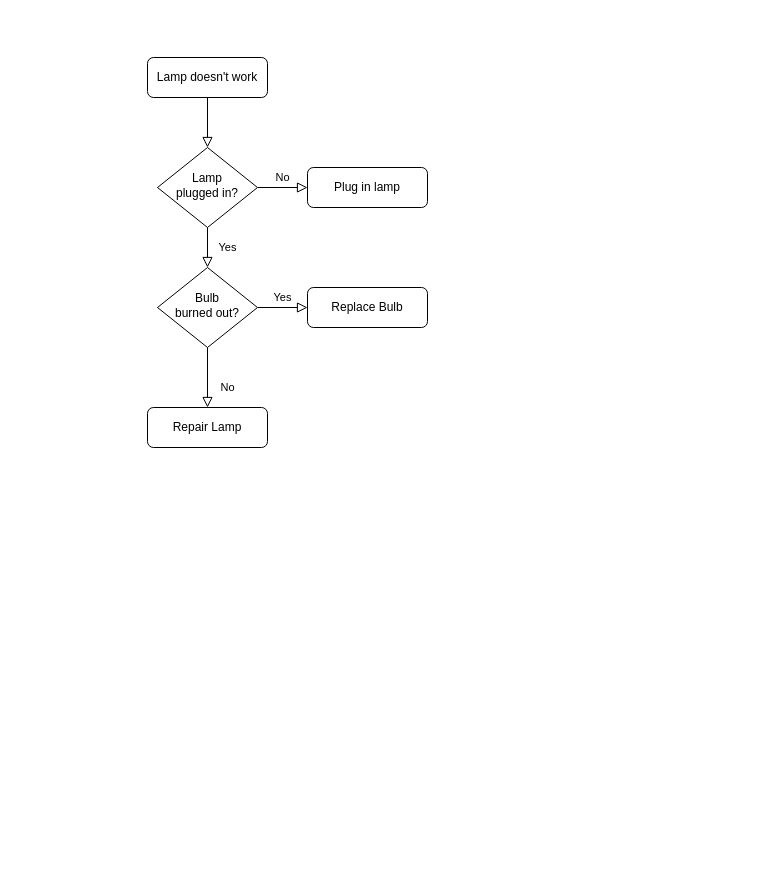
nicole088/2-LW_OOPC-C8T6 keeps this draw.io diagram as 未命名绘图.drawio. Above is the earlier version. Source tidied: cells renumbered, new cells numbered last; positions are measured from the earlier drawing's top-left corner, leaving out a move shared by most shapes. Both pictures are drawn from the tidied source at 100%, with x=0, y=0 at pixel (147, 57).
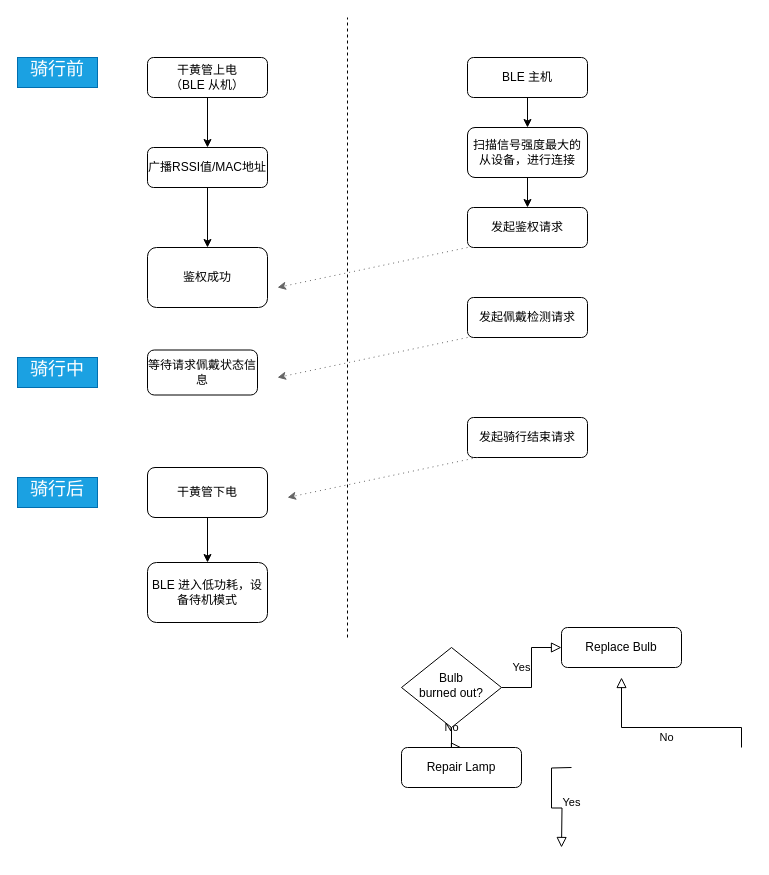
The same page after the edit.

Commit message (it also covers changes not shown here):
更新未命名绘图.drawio

The edit, as a diff of the source:
```diff
@@
-    <mxCell id="2" style="rounded=0;html=1;jettySize=auto;fontSize=11;endArrow=block;endFill=0;endSize=8;strokeWidth=1;shadow=0;labelBackgroundColor=none;edgeStyle=orthogonalEdgeStyle;" parent="1" edge="1" source="3" target="6">
-      <mxGeometry relative="1" as="geometry" />
-    </mxCell>
+    <mxCell id="13" style="edgeStyle=orthogonalEdgeStyle;rounded=0;jettySize=auto;html=1;" parent="1" edge="1" source="3" target="15">
+      <mxGeometry relative="1" as="geometry" />
+    </mxCell>
-    <mxCell id="3" value="Lamp doesn't work" style="rounded=1;whiteSpace=wrap;html=1;fontSize=12;glass=0;strokeWidth=1;shadow=0;" parent="1" vertex="1">
+    <mxCell id="3" value="干黄管上电&lt;br&gt;（BLE 从机）" style="rounded=1;whiteSpace=wrap;html=1;fontSize=12;glass=0;strokeWidth=1;shadow=0;" parent="1" vertex="1">
       <mxGeometry width="120" height="40" as="geometry" />
     </mxCell>
-    <mxCell id="4" value="Yes" style="rounded=0;html=1;jettySize=auto;fontSize=11;endArrow=block;endFill=0;endSize=8;strokeWidth=1;shadow=0;labelBackgroundColor=none;edgeStyle=orthogonalEdgeStyle;" parent="1" edge="1" source="6" target="10">
-      <mxGeometry y="20" relative="1" as="geometry" />
+    <mxCell id="4" value="Yes" style="rounded=0;html=1;jettySize=auto;orthogonalLoop=1;fontSize=11;endArrow=block;endFill=0;endSize=8;strokeWidth=1;shadow=0;labelBackgroundColor=none;edgeStyle=orthogonalEdgeStyle;" parent="1" edge="1">
+      <mxGeometry y="20" relative="1" as="geometry">
+        <mxPoint x="424" y="710" as="sourcePoint" />
+        <mxPoint x="414" y="790" as="targetPoint" />
+      </mxGeometry>
     </mxCell>
-    <mxCell id="5" value="No" style="edgeStyle=orthogonalEdgeStyle;rounded=0;html=1;jettySize=auto;fontSize=11;endArrow=block;endFill=0;endSize=8;strokeWidth=1;shadow=0;labelBackgroundColor=none;" parent="1" edge="1" source="6" target="7">
-      <mxGeometry y="10" relative="1" as="geometry" />
+    <mxCell id="5" value="No" style="edgeStyle=orthogonalEdgeStyle;rounded=0;html=1;jettySize=auto;orthogonalLoop=1;fontSize=11;endArrow=block;endFill=0;endSize=8;strokeWidth=1;shadow=0;labelBackgroundColor=none;" parent="1" edge="1">
+      <mxGeometry y="10" relative="1" as="geometry">
+        <mxPoint x="594" y="690" as="sourcePoint" />
+        <mxPoint x="474" y="620" as="targetPoint" />
+        <Array as="points">
+          <mxPoint x="594" y="670" />
+          <mxPoint x="474" y="670" />
+        </Array>
+      </mxGeometry>
     </mxCell>
-    <mxCell id="6" value="Lamp&lt;br&gt;plugged in?" style="rhombus;whiteSpace=wrap;html=1;shadow=0;fontFamily=Helvetica;fontSize=12;align=center;strokeWidth=1;spacing=6;spacingTop=-4;" parent="1" vertex="1">
-      <mxGeometry x="10" y="90" width="100" height="80" as="geometry" />
-    </mxCell>
-    <mxCell id="7" value="Plug in lamp" style="rounded=1;whiteSpace=wrap;html=1;fontSize=12;glass=0;strokeWidth=1;shadow=0;" parent="1" vertex="1">
-      <mxGeometry x="160" y="110" width="120" height="40" as="geometry" />
-    </mxCell>
+    <mxCell id="14" style="edgeStyle=orthogonalEdgeStyle;rounded=0;jettySize=auto;html=1;" parent="1" edge="1" source="15" target="23">
+      <mxGeometry relative="1" as="geometry" />
+    </mxCell>
+    <mxCell id="15" value="广播RSSI值/MAC地址" style="rounded=1;whiteSpace=wrap;html=1;fontSize=12;glass=0;strokeWidth=1;shadow=0;" parent="1" vertex="1">
+      <mxGeometry y="90" width="120" height="40" as="geometry" />
+    </mxCell>
@@
     <mxCell id="10" value="Bulb&lt;br&gt;burned out?" style="rhombus;whiteSpace=wrap;html=1;shadow=0;fontFamily=Helvetica;fontSize=12;align=center;strokeWidth=1;spacing=6;spacingTop=-4;" parent="1" vertex="1">
-      <mxGeometry x="10" y="210" width="100" height="80" as="geometry" />
+      <mxGeometry x="254" y="590" width="100" height="80" as="geometry" />
     </mxCell>
     <mxCell id="11" value="Repair Lamp" style="rounded=1;whiteSpace=wrap;html=1;fontSize=12;glass=0;strokeWidth=1;shadow=0;" parent="1" vertex="1">
-      <mxGeometry y="350" width="120" height="40" as="geometry" />
+      <mxGeometry x="254" y="690" width="120" height="40" as="geometry" />
     </mxCell>
     <mxCell id="12" value="Replace Bulb" style="rounded=1;whiteSpace=wrap;html=1;fontSize=12;glass=0;strokeWidth=1;shadow=0;" parent="1" vertex="1">
-      <mxGeometry x="160" y="230" width="120" height="40" as="geometry" />
+      <mxGeometry x="414" y="570" width="120" height="40" as="geometry" />
     </mxCell>
+    <mxCell id="16" value="&lt;h1 style=&quot;font-size: 18px;&quot;&gt;&lt;font style=&quot;font-weight: normal; font-size: 18px;&quot; color=&quot;#ffffff&quot;&gt;骑行前&lt;/font&gt;&lt;/h1&gt;" style="text;html=1;fillColor=#1ba1e2;spacing=5;spacingTop=-20;whiteSpace=wrap;overflow=hidden;rounded=0;strokeColor=#006EAF;fontColor=#ffffff;align=center;verticalAlign=top;fontSize=18;" parent="1" vertex="1">
+      <mxGeometry x="-130" width="80" height="30" as="geometry" />
+    </mxCell>
+    <mxCell id="17" style="endArrow=none;dashed=1;html=1;rounded=0;" parent="1" edge="1">
+      <mxGeometry relative="1" as="geometry">
+        <mxPoint x="200" y="580" as="sourcePoint" />
+        <mxPoint x="200" y="-40" as="targetPoint" />
+      </mxGeometry>
+    </mxCell>
+    <mxCell id="18" style="edgeStyle=orthogonalEdgeStyle;rounded=0;jettySize=auto;html=1;" parent="1" edge="1" source="19" target="21">
+      <mxGeometry relative="1" as="geometry" />
+    </mxCell>
+    <mxCell id="19" value="BLE 主机" style="rounded=1;whiteSpace=wrap;html=1;fontSize=12;glass=0;strokeWidth=1;shadow=0;" parent="1" vertex="1">
+      <mxGeometry x="320" width="120" height="40" as="geometry" />
+    </mxCell>
+    <mxCell id="20" style="edgeStyle=orthogonalEdgeStyle;rounded=0;jettySize=auto;html=1;" parent="1" edge="1" source="21" target="22">
+      <mxGeometry relative="1" as="geometry" />
+    </mxCell>
+    <mxCell id="21" value="扫描信号强度最大的从设备，进行连接" style="whiteSpace=wrap;html=1;rounded=1;glass=0;strokeWidth=1;shadow=0;" parent="1" vertex="1">
+      <mxGeometry x="320" y="70" width="120" height="50" as="geometry" />
+    </mxCell>
+    <mxCell id="22" value="发起鉴权请求" style="whiteSpace=wrap;html=1;rounded=1;glass=0;strokeWidth=1;shadow=0;" parent="1" vertex="1">
+      <mxGeometry x="320" y="150" width="120" height="40" as="geometry" />
+    </mxCell>
+    <mxCell id="23" value="鉴权成功" style="whiteSpace=wrap;html=1;rounded=1;glass=0;strokeWidth=1;shadow=0;" parent="1" vertex="1">
+      <mxGeometry y="190" width="120" height="60" as="geometry" />
+    </mxCell>
+    <mxCell id="24" style="endArrow=classic;html=1;rounded=0;exitX=0;exitY=0.75;exitDx=0;exitDy=0;dashed=1;dashPattern=1 4;fillColor=#f5f5f5;gradientColor=#b3b3b3;strokeColor=#666666;" parent="1" edge="1">
+      <mxGeometry relative="1" as="geometry">
+        <mxPoint x="320" y="190" as="sourcePoint" />
+        <mxPoint x="130" y="230" as="targetPoint" />
+      </mxGeometry>
+    </mxCell>
+    <mxCell id="25" value="&lt;h1 style=&quot;font-size: 18px;&quot;&gt;&lt;font style=&quot;font-weight: normal; font-size: 18px;&quot; color=&quot;#ffffff&quot;&gt;骑行中&lt;/font&gt;&lt;/h1&gt;" style="text;html=1;fillColor=#1ba1e2;spacing=5;spacingTop=-20;whiteSpace=wrap;overflow=hidden;rounded=0;strokeColor=#006EAF;fontColor=#ffffff;align=center;verticalAlign=top;fontSize=18;" parent="1" vertex="1">
+      <mxGeometry x="-130" y="300" width="80" height="30" as="geometry" />
+    </mxCell>
+    <mxCell id="26" value="等待请求佩戴状态信息" style="rounded=1;whiteSpace=wrap;html=1;fontSize=12;glass=0;strokeWidth=1;shadow=0;" parent="1" vertex="1">
+      <mxGeometry y="292.5" width="110" height="45" as="geometry" />
+    </mxCell>
+    <mxCell id="27" value="&lt;h1 style=&quot;font-size: 18px;&quot;&gt;&lt;font style=&quot;font-weight: normal; font-size: 18px;&quot; color=&quot;#ffffff&quot;&gt;骑行后&lt;/font&gt;&lt;/h1&gt;" style="text;html=1;fillColor=#1ba1e2;spacing=5;spacingTop=-20;whiteSpace=wrap;overflow=hidden;rounded=0;strokeColor=#006EAF;fontColor=#ffffff;align=center;verticalAlign=top;fontSize=18;" parent="1" vertex="1">
+      <mxGeometry x="-130" y="420" width="80" height="30" as="geometry" />
+    </mxCell>
+    <mxCell id="28" style="edgeStyle=orthogonalEdgeStyle;rounded=0;jettySize=auto;html=1;" parent="1" edge="1" source="29" target="30">
+      <mxGeometry relative="1" as="geometry" />
+    </mxCell>
+    <mxCell id="29" value="干黄管下电" style="rounded=1;whiteSpace=wrap;html=1;fontSize=12;glass=0;strokeWidth=1;shadow=0;" parent="1" vertex="1">
+      <mxGeometry y="410" width="120" height="50" as="geometry" />
+    </mxCell>
+    <mxCell id="30" value="BLE 进入低功耗，设备待机模式" style="whiteSpace=wrap;html=1;rounded=1;glass=0;strokeWidth=1;shadow=0;" parent="1" vertex="1">
+      <mxGeometry y="505" width="120" height="60" as="geometry" />
+    </mxCell>
+    <mxCell id="31" value="发起佩戴检测请求" style="whiteSpace=wrap;html=1;rounded=1;glass=0;strokeWidth=1;shadow=0;" parent="1" vertex="1">
+      <mxGeometry x="320" y="240" width="120" height="40" as="geometry" />
+    </mxCell>
+    <mxCell id="32" value="发起骑行结束请求" style="whiteSpace=wrap;html=1;rounded=1;glass=0;strokeWidth=1;shadow=0;" parent="1" vertex="1">
+      <mxGeometry x="320" y="360" width="120" height="40" as="geometry" />
+    </mxCell>
+    <mxCell id="33" style="endArrow=classic;html=1;rounded=0;exitX=0;exitY=0.75;exitDx=0;exitDy=0;dashed=1;dashPattern=1 4;fillColor=#f5f5f5;gradientColor=#b3b3b3;strokeColor=#666666;" parent="1" edge="1">
+      <mxGeometry relative="1" as="geometry">
+        <mxPoint x="320" y="280" as="sourcePoint" />
+        <mxPoint x="130" y="320" as="targetPoint" />
+      </mxGeometry>
+    </mxCell>
+    <mxCell id="34" style="endArrow=classic;html=1;rounded=0;exitX=0;exitY=0.75;exitDx=0;exitDy=0;dashed=1;dashPattern=1 4;fillColor=#f5f5f5;gradientColor=#b3b3b3;strokeColor=#666666;" parent="1" edge="1">
+      <mxGeometry relative="1" as="geometry">
+        <mxPoint x="330" y="400" as="sourcePoint" />
+        <mxPoint x="140" y="440" as="targetPoint" />
+      </mxGeometry>
+    </mxCell>
```
